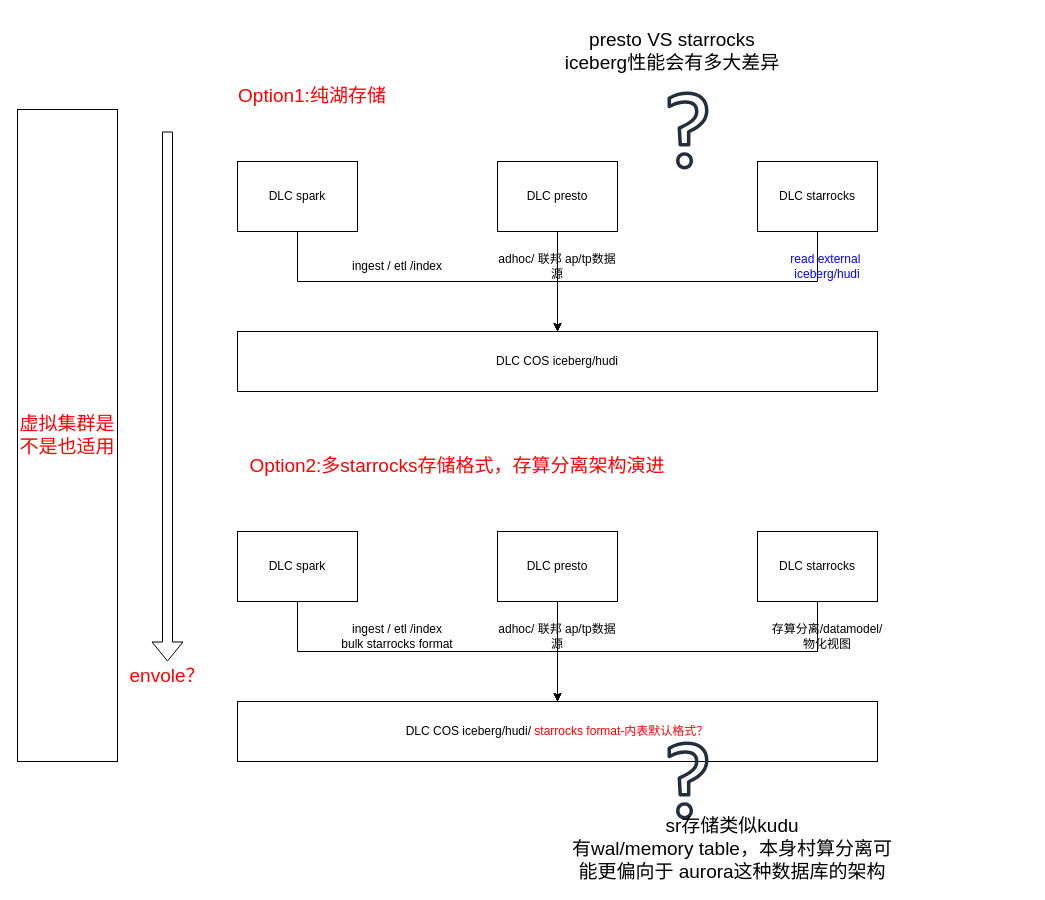
This is DLC+starrocks.drawio from yuhuali1989/ui, a draw.io file, before an edit. Source tidied: cells renumbered, new cells numbered last; positions are measured from the earlier drawing's top-left corner, leaving out a move shared by most shapes. Both pictures are drawn from the tidied source at 100%, with x=0, y=0 at pixel (17, 21).
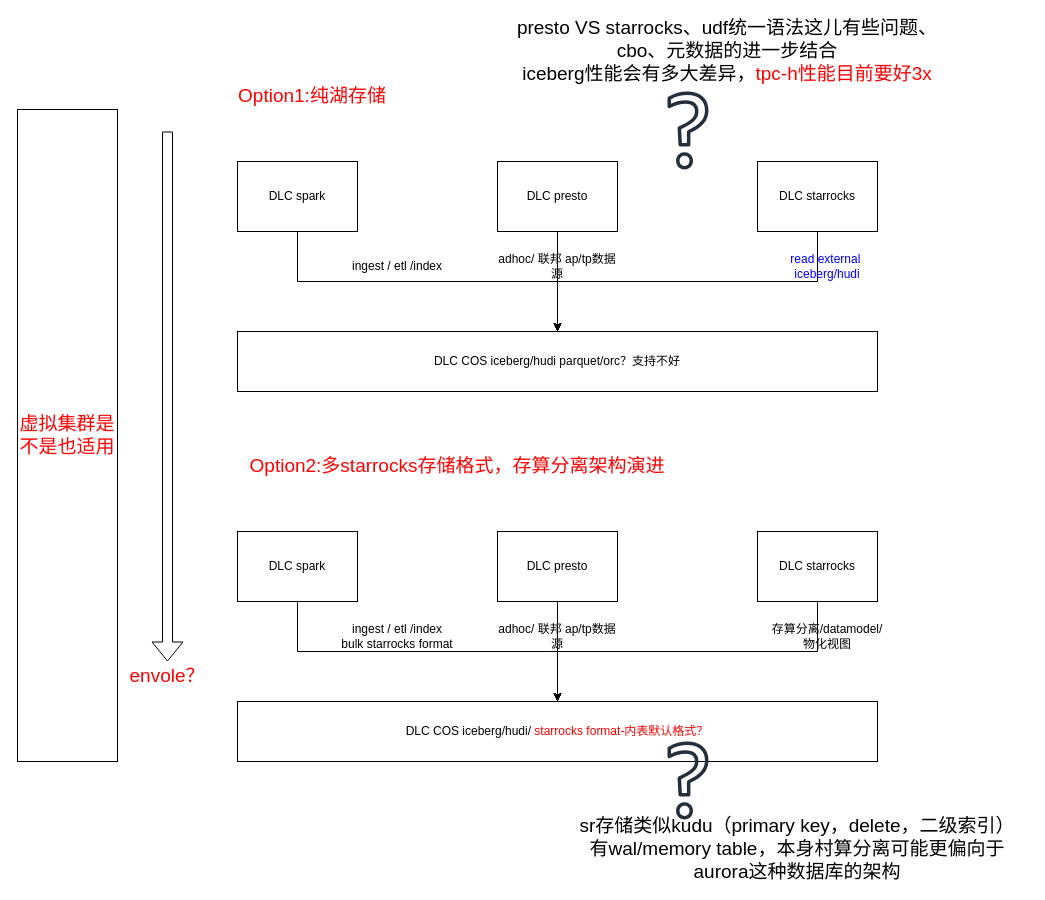
The same diagram, later.

What changed in the source:
```diff
@@
-    <mxCell id="5" value="DLC COS iceberg/hudi" style="rounded=0;whiteSpace=wrap;html=1;" parent="1" vertex="1">
+    <mxCell id="5" value="DLC COS iceberg/hudi parquet/orc？支持不好" style="rounded=0;whiteSpace=wrap;html=1;" parent="1" vertex="1">
       <mxGeometry x="220" y="310" width="640" height="60" as="geometry" />
     </mxCell>
@@
-    <mxCell id="14" value="presto VS starrocks &lt;br&gt;iceberg性能会有多大差异" style="text;html=1;strokeColor=none;fillColor=none;align=center;verticalAlign=middle;whiteSpace=wrap;rounded=0;fontSize=19;" parent="1" vertex="1">
-      <mxGeometry x="490" width="330" height="60" as="geometry" />
+    <mxCell id="14" value="presto VS starrocks、udf统一语法这儿有些问题、cbo、元数据的进一步结合&lt;br&gt;iceberg性能会有多大差异，&lt;font color=&quot;#ff0000&quot;&gt;tpc-h性能目前要好3x&lt;/font&gt;" style="text;html=1;strokeColor=none;fillColor=none;align=center;verticalAlign=middle;whiteSpace=wrap;rounded=0;fontSize=19;" parent="1" vertex="1">
+      <mxGeometry x="490" width="440" height="60" as="geometry" />
     </mxCell>
@@
-    <mxCell id="30" value="sr存储类似kudu&lt;br&gt;有wal/memory table，本身村算分离可能更偏向于 aurora这种数据库的架构" style="text;html=1;strokeColor=none;fillColor=none;align=center;verticalAlign=middle;whiteSpace=wrap;rounded=0;fontSize=19;" parent="1" vertex="1">
-      <mxGeometry x="550" y="798" width="330" height="60" as="geometry" />
+    <mxCell id="30" value="sr存储类似kudu（primary key，delete，二级索引）&lt;br&gt;有wal/memory table，本身村算分离可能更偏向于 aurora这种数据库的架构" style="text;html=1;strokeColor=none;fillColor=none;align=center;verticalAlign=middle;whiteSpace=wrap;rounded=0;fontSize=19;" parent="1" vertex="1">
+      <mxGeometry x="550" y="798" width="460" height="60" as="geometry" />
     </mxCell>
```
